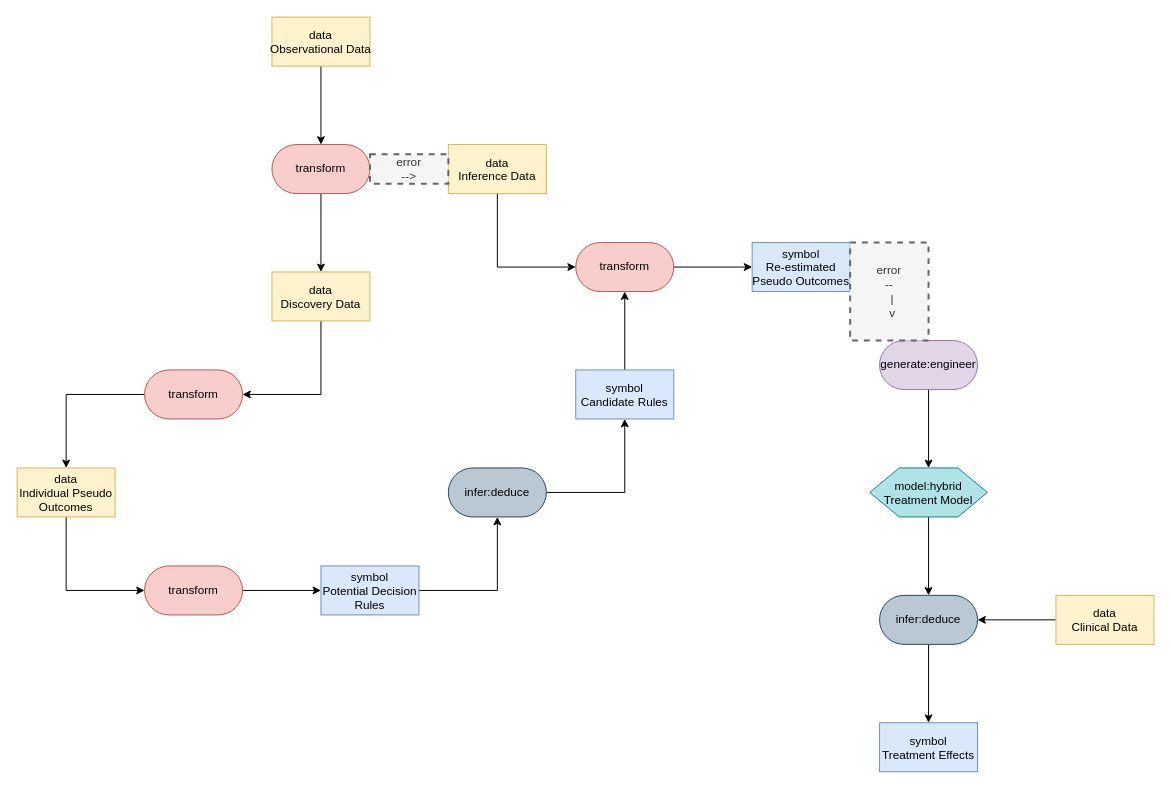
This is medical patterns to boxologies/Rules Embedded in ML architecture (REML)/           Causal Rule Ensemble - Interpretable Discovery and Inference of Heterogeneous Treatment Effects.drawio from zonnesmit/thesis, a draw.io file, before an edit. Source tidied: cells renumbered, new cells numbered last; positions are measured from the earlier drawing's top-left corner, leaving out a move shared by most shapes. Both pictures are drawn from the tidied source at 98%, with x=0, y=0 at pixel (17, 17).
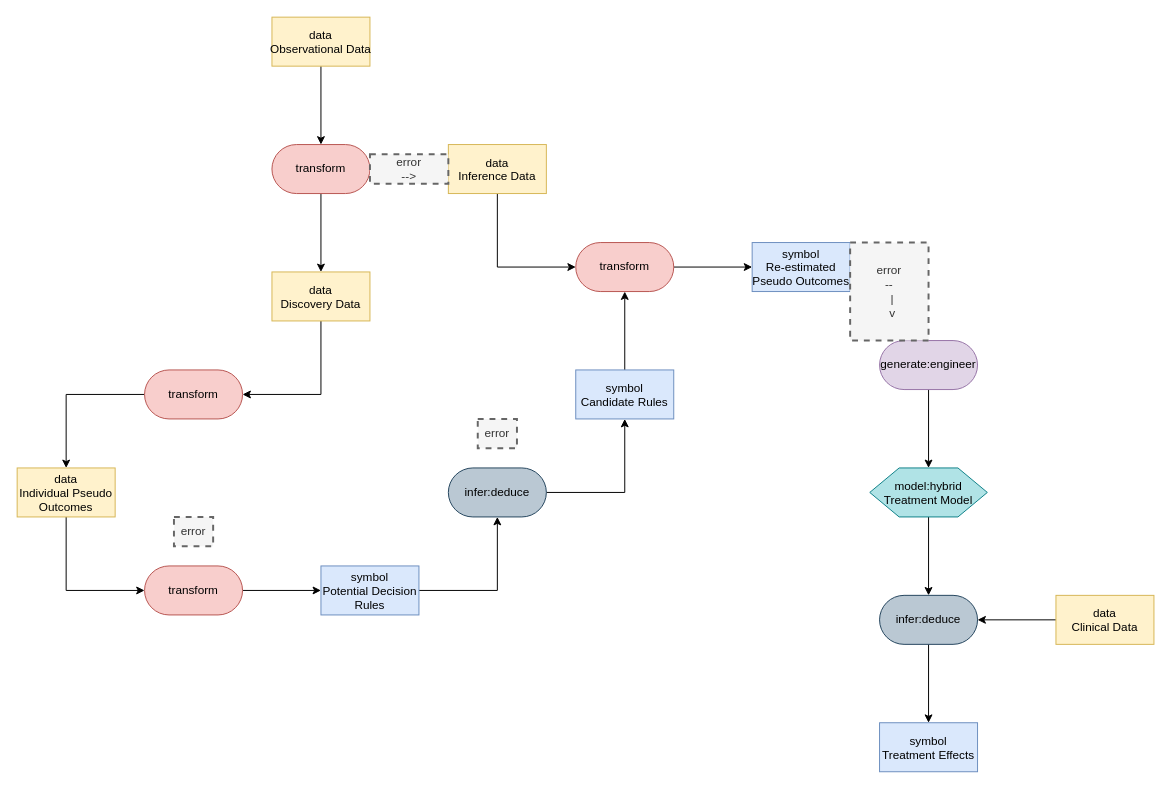
The same diagram, later.

Change to the diagram source:
```diff
@@
+    <mxCell id="36" value="error" style="text;html=1;align=center;verticalAlign=middle;whiteSpace=wrap;rounded=0;dashed=1;fillColor=#f5f5f5;fontColor=#333333;strokeColor=#666666;strokeWidth=2;" parent="1" vertex="1">
+      <mxGeometry x="160" y="510" width="40" height="30" as="geometry" />
+    </mxCell>
+    <mxCell id="37" value="error" style="text;html=1;align=center;verticalAlign=middle;whiteSpace=wrap;rounded=0;dashed=1;fillColor=#f5f5f5;fontColor=#333333;strokeColor=#666666;strokeWidth=2;" parent="1" vertex="1">
+      <mxGeometry x="470" y="410" width="40" height="30" as="geometry" />
+    </mxCell>
```
